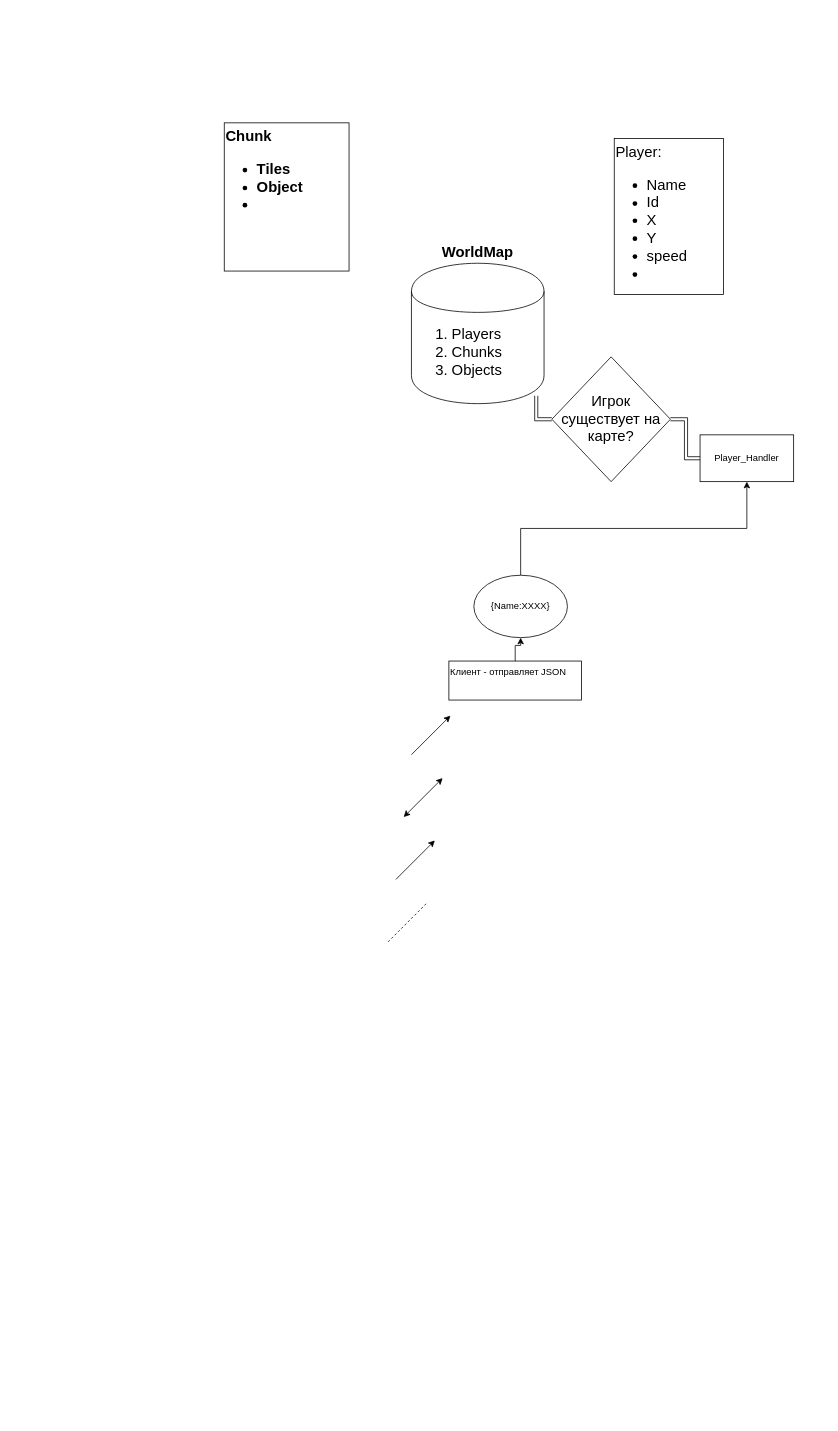
This is Untitled Diagram.drawio from Lolodin/MMORPG, a draw.io file, before an edit. Source tidied: cells renumbered, new cells numbered last; positions are measured from the earlier drawing's top-left corner, leaving out a move shared by most shapes. Both pictures are drawn from the tidied source at 78%, with x=0, y=0 at pixel (224, 122).
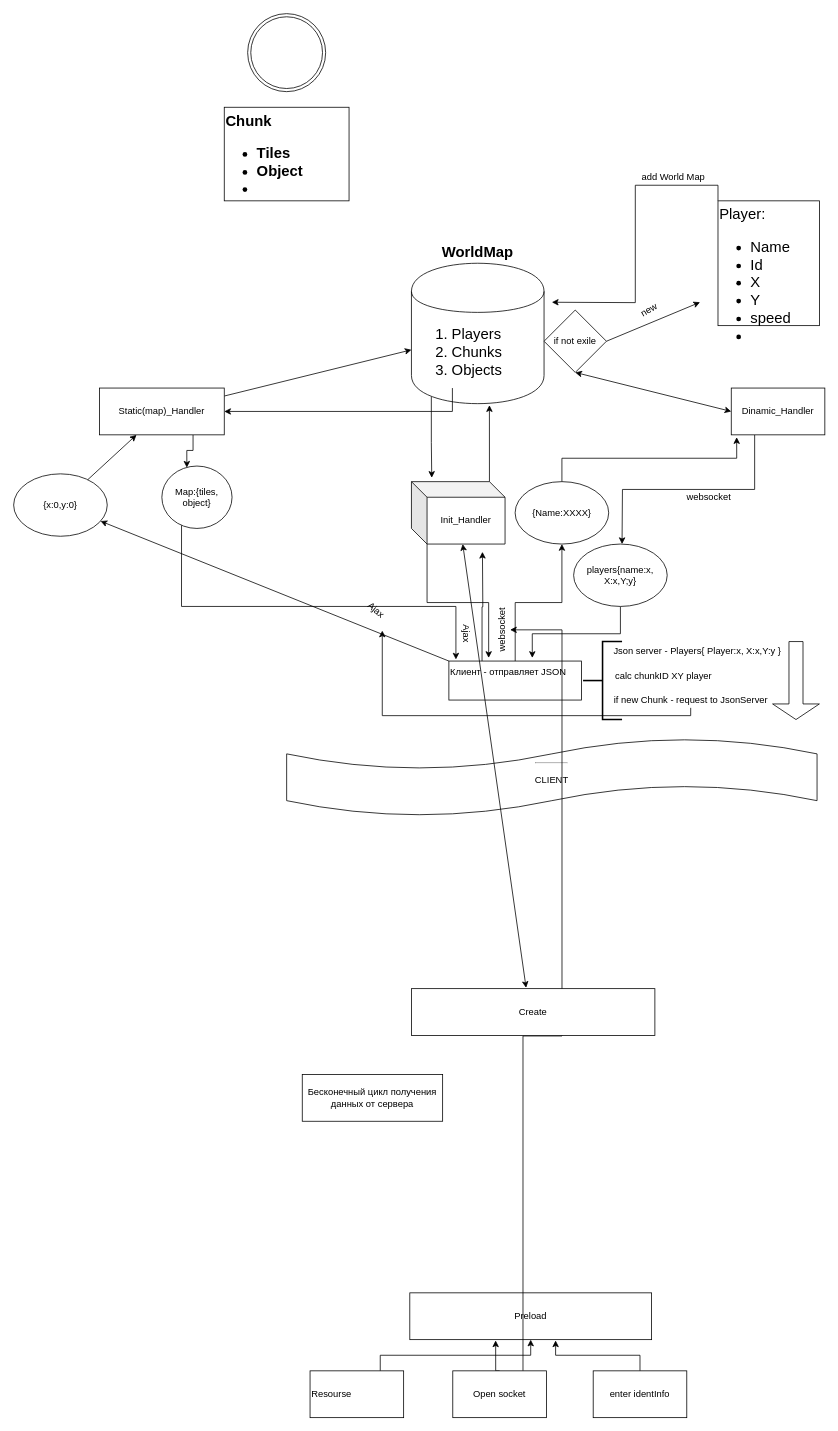
After the change.

The change refers to these unchanged cells:
```xml
<mxCell id="3" value="Клиент - отправляет JSON" style="rounded=0;whiteSpace=wrap;html=1;align=left;horizontal=1;verticalAlign=top;" parent="1" vertex="1">
  <mxGeometry x="288" y="690" width="170" height="50" as="geometry" />
</mxCell>
<mxCell id="7" value="&lt;div style=&quot;font-size: 19px;&quot;&gt;&lt;span style=&quot;font-size: 19px;&quot;&gt;WorldMap&lt;/span&gt;&lt;br style=&quot;font-size: 19px;&quot;&gt;&lt;/div&gt;" style="shape=cylinder;whiteSpace=wrap;html=1;boundedLbl=1;backgroundOutline=1;align=center;verticalAlign=bottom;fontStyle=1;fontSize=19;labelPosition=center;verticalLabelPosition=top;" parent="1" vertex="1">
  <mxGeometry x="240" y="180" width="170" height="180" as="geometry" />
</mxCell>
<mxCell id="8" value="&lt;ol&gt;&lt;li&gt;Players&lt;/li&gt;&lt;li&gt;Chunks&lt;/li&gt;&lt;li&gt;Objects&lt;/li&gt;&lt;/ol&gt;" style="text;html=1;strokeColor=none;fillColor=none;align=left;verticalAlign=middle;whiteSpace=wrap;rounded=0;fontSize=19;" parent="1" vertex="1">
  <mxGeometry x="250" y="250" width="170" height="90" as="geometry" />
</mxCell>
```

Change to the diagram source:
```diff
@@
-    <mxCell id="2" style="edgeStyle=orthogonalEdgeStyle;rounded=0;jettySize=auto;html=1;exitX=0.5;exitY=0;exitDx=0;exitDy=0;" parent="1" edge="1" source="5" target="4">
-      <mxGeometry relative="1" as="geometry" />
+    <mxCell id="2" style="edgeStyle=orthogonalEdgeStyle;rounded=0;jettySize=auto;html=1;exitX=0.5;exitY=0;exitDx=0;exitDy=0;entryX=0.058;entryY=1.05;entryDx=0;entryDy=0;entryPerimeter=0;" parent="1" edge="1" source="5" target="4">
+      <mxGeometry relative="1" as="geometry">
+        <Array as="points">
+          <mxPoint x="433" y="430" />
+          <mxPoint x="657" y="430" />
+        </Array>
+      </mxGeometry>
     </mxCell>
+    <mxCell id="18" style="edgeStyle=orthogonalEdgeStyle;rounded=0;jettySize=auto;html=1;exitX=0.25;exitY=0;exitDx=0;exitDy=0;" parent="1" edge="1" source="3">
+      <mxGeometry relative="1" as="geometry">
+        <mxPoint x="331" y="550" as="targetPoint" />
+      </mxGeometry>
+    </mxCell>
@@
+    <mxCell id="19" style="edgeStyle=orthogonalEdgeStyle;rounded=0;jettySize=auto;html=1;exitX=0.25;exitY=1;exitDx=0;exitDy=0;" parent="1" edge="1" source="4">
+      <mxGeometry relative="1" as="geometry">
+        <mxPoint x="510" y="540" as="targetPoint" />
+      </mxGeometry>
+    </mxCell>
-    <mxCell id="4" value="Player_Handler" style="rounded=0;whiteSpace=wrap;html=1;" parent="1" vertex="1">
-      <mxGeometry x="610" y="400" width="120" height="60" as="geometry" />
+    <mxCell id="4" value="Dinamic_Handler" style="rounded=0;whiteSpace=wrap;html=1;" parent="1" vertex="1">
+      <mxGeometry x="650" y="340" width="120" height="60" as="geometry" />
     </mxCell>
     <mxCell id="5" value="{Name:XXXX}" style="ellipse;whiteSpace=wrap;html=1;" parent="1" vertex="1">
-      <mxGeometry x="320" y="580" width="120" height="80" as="geometry" />
+      <mxGeometry x="372.9" y="460" width="120" height="80" as="geometry" />
     </mxCell>
@@
+    <mxCell id="20" style="edgeStyle=orthogonalEdgeStyle;rounded=0;jettySize=auto;html=1;exitX=0.15;exitY=0.95;exitDx=0;exitDy=0;exitPerimeter=0;entryX=0.217;entryY=-0.062;entryDx=0;entryDy=0;entryPerimeter=0;" parent="1" edge="1" source="7" target="65">
+      <mxGeometry relative="1" as="geometry" />
+    </mxCell>
@@
+    <mxCell id="21" style="edgeStyle=orthogonalEdgeStyle;rounded=0;jettySize=auto;html=1;exitX=0.25;exitY=1;exitDx=0;exitDy=0;entryX=0.053;entryY=-0.04;entryDx=0;entryDy=0;entryPerimeter=0;" parent="1" edge="1" source="26" target="3">
+      <mxGeometry relative="1" as="geometry">
+        <Array as="points">
+          <mxPoint x="-55" y="620" />
+          <mxPoint x="297" y="620" />
+        </Array>
+      </mxGeometry>
+    </mxCell>
@@
-    <mxCell id="9" style="endArrow=classic;html=1;fontSize=19;" parent="1" edge="1">
-      <mxGeometry relative="1" as="geometry">
-        <mxPoint x="240" y="810" as="sourcePoint" />
-        <mxPoint x="290" y="760" as="targetPoint" />
-      </mxGeometry>
-    </mxCell>
+    <mxCell id="22" style="edgeStyle=orthogonalEdgeStyle;rounded=0;jettySize=auto;html=1;exitX=0;exitY=0;exitDx=0;exitDy=0;" parent="1" edge="1" source="10">
+      <mxGeometry relative="1" as="geometry">
+        <mxPoint x="420" y="230" as="targetPoint" />
+      </mxGeometry>
+    </mxCell>
     <mxCell id="10" value="Player:&lt;br&gt;&lt;ul&gt;&lt;li&gt;Name&lt;/li&gt;&lt;li&gt;Id&lt;/li&gt;&lt;li&gt;X&lt;/li&gt;&lt;li&gt;Y&lt;/li&gt;&lt;li&gt;speed&lt;/li&gt;&lt;li&gt;&lt;br&gt;&lt;/li&gt;&lt;/ul&gt;" style="rounded=0;whiteSpace=wrap;html=1;fontSize=19;align=left;verticalAlign=top;" parent="1" vertex="1">
-      <mxGeometry x="500" y="20" width="140" height="200" as="geometry" />
+      <mxGeometry x="633" y="100" width="130" height="160" as="geometry" />
     </mxCell>
     <mxCell id="11" value="&lt;b&gt;Chunk&lt;br&gt;&lt;ul&gt;&lt;li&gt;&lt;b&gt;Tiles&lt;/b&gt;&lt;/li&gt;&lt;li&gt;&lt;b&gt;Object&lt;/b&gt;&lt;/li&gt;&lt;li&gt;&lt;b&gt;&lt;br&gt;&lt;/b&gt;&lt;/li&gt;&lt;/ul&gt;&lt;/b&gt;" style="rounded=0;whiteSpace=wrap;html=1;fontSize=19;align=left;verticalAlign=top;" parent="1" vertex="1">
-      <mxGeometry width="160" height="190" as="geometry" />
+      <mxGeometry y="-20" width="160" height="120" as="geometry" />
     </mxCell>
-    <mxCell id="12" style="edgeStyle=orthogonalEdgeStyle;shape=link;rounded=0;jettySize=auto;html=1;entryX=0.941;entryY=0.944;entryDx=0;entryDy=0;entryPerimeter=0;fontSize=19;" parent="1" edge="1" source="14" target="7">
-      <mxGeometry relative="1" as="geometry" />
-    </mxCell>
-    <mxCell id="13" style="edgeStyle=orthogonalEdgeStyle;shape=link;rounded=0;jettySize=auto;html=1;entryX=0;entryY=0.5;entryDx=0;entryDy=0;fontSize=19;" parent="1" edge="1" source="14" target="4">
-      <mxGeometry relative="1" as="geometry" />
-    </mxCell>
-    <mxCell id="14" value="Игрок существует на карте?" style="rhombus;whiteSpace=wrap;html=1;fontSize=19;align=center;" parent="1" vertex="1">
-      <mxGeometry x="420" y="300" width="152" height="160" as="geometry" />
-    </mxCell>
-    <mxCell id="15" style="endArrow=classic;startArrow=classic;html=1;fontSize=19;" parent="1" edge="1">
-      <mxGeometry relative="1" as="geometry">
-        <mxPoint x="230" y="890" as="sourcePoint" />
-        <mxPoint x="280" y="840" as="targetPoint" />
-      </mxGeometry>
-    </mxCell>
-    <mxCell id="16" style="endArrow=classic;html=1;fontSize=19;" parent="1" edge="1">
-      <mxGeometry relative="1" as="geometry">
-        <mxPoint x="220" y="970" as="sourcePoint" />
-        <mxPoint x="270" y="920" as="targetPoint" />
-      </mxGeometry>
-    </mxCell>
-    <mxCell id="17" style="endArrow=none;dashed=1;html=1;fontSize=19;" parent="1" edge="1">
-      <mxGeometry relative="1" as="geometry">
-        <mxPoint x="210" y="1050" as="sourcePoint" />
-        <mxPoint x="260" y="1000" as="targetPoint" />
-      </mxGeometry>
-    </mxCell>
+    <mxCell id="23" value="{x:0,y:0}" style="ellipse;whiteSpace=wrap;html=1;" parent="1" vertex="1">
+      <mxGeometry x="-270" y="450" width="120" height="80" as="geometry" />
+    </mxCell>
+    <mxCell id="24" style="endArrow=classic;html=1;exitX=0;exitY=0;exitDx=0;exitDy=0;" parent="1" edge="1" source="3" target="23">
+      <mxGeometry relative="1" as="geometry" />
+    </mxCell>
+    <mxCell id="25" style="endArrow=classic;html=1;" parent="1" edge="1" source="38" target="7">
+      <mxGeometry relative="1" as="geometry" />
+    </mxCell>
+    <mxCell id="26" value="Map:{tiles, object}" style="ellipse;whiteSpace=wrap;html=1;" parent="1" vertex="1">
+      <mxGeometry x="-80" y="440" width="90" height="80" as="geometry" />
+    </mxCell>
+    <mxCell id="27" style="edgeStyle=orthogonalEdgeStyle;rounded=0;jettySize=auto;html=1;exitX=0.25;exitY=1;exitDx=0;exitDy=0;entryX=1;entryY=0.5;entryDx=0;entryDy=0;" parent="1" edge="1" source="8" target="38">
+      <mxGeometry relative="1" as="geometry" />
+    </mxCell>
+    <mxCell id="28" style="edgeStyle=orthogonalEdgeStyle;rounded=0;orthogonalLoop=1;jettySize=auto;html=1;exitX=0.5;exitY=1;exitDx=0;exitDy=0;" parent="1" edge="1">
+      <mxGeometry relative="1" as="geometry">
+        <mxPoint x="496" y="460" as="sourcePoint" />
+        <mxPoint x="496" y="460" as="targetPoint" />
+      </mxGeometry>
+    </mxCell>
+    <mxCell id="29" style="endArrow=classic;startArrow=classic;html=1;entryX=0.5;entryY=1;entryDx=0;entryDy=0;exitX=0;exitY=0.5;exitDx=0;exitDy=0;" parent="1" edge="1" source="4" target="42">
+      <mxGeometry relative="1" as="geometry" />
+    </mxCell>
+    <mxCell id="30" style="edgeStyle=orthogonalEdgeStyle;rounded=0;orthogonalLoop=1;jettySize=auto;html=1;exitX=0.5;exitY=1;exitDx=0;exitDy=0;" parent="1" edge="1" source="10" target="10">
+      <mxGeometry relative="1" as="geometry" />
+    </mxCell>
+    <mxCell id="31" style="edgeStyle=orthogonalEdgeStyle;rounded=0;orthogonalLoop=1;jettySize=auto;html=1;exitX=0.5;exitY=1;exitDx=0;exitDy=0;" parent="1" edge="1" source="10" target="10">
+      <mxGeometry relative="1" as="geometry" />
+    </mxCell>
+    <mxCell id="32" style="ellipse;shape=doubleEllipse;whiteSpace=wrap;html=1;" parent="1" vertex="1">
+      <mxGeometry x="30" y="-140" width="100" height="100" as="geometry" />
+    </mxCell>
+    <mxCell id="33" value="websocket&lt;br&gt;" style="text;html=1;strokeColor=none;fillColor=none;align=center;verticalAlign=middle;whiteSpace=wrap;rounded=0;rotation=-90;" parent="1" vertex="1">
+      <mxGeometry x="265" y="640" width="182.9" height="20" as="geometry" />
+    </mxCell>
+    <mxCell id="34" style="edgeStyle=orthogonalEdgeStyle;rounded=0;jettySize=auto;html=1;entryX=0.629;entryY=-0.08;entryDx=0;entryDy=0;entryPerimeter=0;" parent="1" edge="1" source="35" target="3">
+      <mxGeometry relative="1" as="geometry" />
+    </mxCell>
+    <mxCell id="35" value="players{name:x, X:x,Y;y}" style="ellipse;whiteSpace=wrap;html=1;" parent="1" vertex="1">
+      <mxGeometry x="447.9" y="540" width="120" height="80" as="geometry" />
+    </mxCell>
+    <mxCell id="36" value="websocket&lt;br&gt;" style="text;html=1;strokeColor=none;fillColor=none;align=center;verticalAlign=middle;whiteSpace=wrap;rounded=0;rotation=0;" parent="1" vertex="1">
+      <mxGeometry x="530" y="470" width="182.9" height="20" as="geometry" />
+    </mxCell>
+    <mxCell id="37" style="edgeStyle=orthogonalEdgeStyle;rounded=0;jettySize=auto;html=1;exitX=0.75;exitY=1;exitDx=0;exitDy=0;entryX=0.356;entryY=0.025;entryDx=0;entryDy=0;entryPerimeter=0;" parent="1" edge="1" source="38" target="26">
+      <mxGeometry relative="1" as="geometry" />
+    </mxCell>
+    <mxCell id="38" value="Static(map)_Handler" style="rounded=0;whiteSpace=wrap;html=1;" parent="1" vertex="1">
+      <mxGeometry x="-160" y="340" width="160" height="60" as="geometry" />
+    </mxCell>
+    <mxCell id="39" style="endArrow=classic;html=1;" parent="1" edge="1" source="23" target="38">
+      <mxGeometry relative="1" as="geometry" />
+    </mxCell>
+    <mxCell id="40" value="Ajax" style="text;html=1;strokeColor=none;fillColor=none;align=center;verticalAlign=middle;whiteSpace=wrap;rounded=0;rotation=40;" parent="1" vertex="1">
+      <mxGeometry x="150" y="610" width="90" height="30" as="geometry" />
+    </mxCell>
+    <mxCell id="41" value="Ajax" style="text;html=1;strokeColor=none;fillColor=none;align=center;verticalAlign=middle;whiteSpace=wrap;rounded=0;rotation=90;" parent="1" vertex="1">
+      <mxGeometry x="265" y="640" width="90" height="30" as="geometry" />
+    </mxCell>
+    <mxCell id="42" value="if not exile" style="rhombus;whiteSpace=wrap;html=1;" parent="1" vertex="1">
+      <mxGeometry x="410" y="240" width="80" height="80" as="geometry" />
+    </mxCell>
+    <mxCell id="43" style="endArrow=classic;html=1;exitX=1;exitY=0.5;exitDx=0;exitDy=0;" parent="1" edge="1" source="42">
+      <mxGeometry relative="1" as="geometry">
+        <mxPoint x="610" y="230" as="targetPoint" />
+      </mxGeometry>
+    </mxCell>
+    <mxCell id="44" value="new" style="text;html=1;strokeColor=none;fillColor=none;align=center;verticalAlign=middle;whiteSpace=wrap;rounded=0;rotation=-30;" parent="1" vertex="1">
+      <mxGeometry x="520" y="230" width="50" height="20" as="geometry" />
+    </mxCell>
+    <mxCell id="45" value="add World Map" style="text;html=1;strokeColor=none;fillColor=none;align=center;verticalAlign=middle;whiteSpace=wrap;rounded=0;" parent="1" vertex="1">
+      <mxGeometry x="510" y="60" width="132" height="20" as="geometry" />
+    </mxCell>
+    <mxCell id="46" style="strokeWidth=2;html=1;shape=mxgraph.flowchart.annotation_2;align=left;labelPosition=right;" parent="1" vertex="1">
+      <mxGeometry x="460" y="665" width="50" height="100" as="geometry" />
+    </mxCell>
+    <mxCell id="47" value="Json server - Players{ Player:x, X:x,Y:y }&amp;nbsp;&lt;br&gt;&lt;br&gt;" style="text;html=1;align=center;verticalAlign=middle;" parent="1" vertex="1">
+      <mxGeometry x="493" y="670" width="230" height="30" as="geometry" />
+    </mxCell>
+    <mxCell id="48" value="calc chunkID XY player" style="text;html=1;align=center;verticalAlign=middle;" parent="1" vertex="1">
+      <mxGeometry x="493" y="700" width="140" height="20" as="geometry" />
+    </mxCell>
+    <mxCell id="49" style="edgeStyle=orthogonalEdgeStyle;rounded=0;jettySize=auto;html=1;entryX=0.75;entryY=1;entryDx=0;entryDy=0;" parent="1" edge="1" source="50" target="40">
+      <mxGeometry relative="1" as="geometry">
+        <Array as="points">
+          <mxPoint x="598" y="760" />
+          <mxPoint x="203" y="760" />
+        </Array>
+      </mxGeometry>
+    </mxCell>
+    <mxCell id="50" value="if new Chunk - request to JsonServer" style="text;html=1;align=center;verticalAlign=middle;points=[];" parent="1" vertex="1">
+      <mxGeometry x="493" y="730" width="210" height="20" as="geometry" />
+    </mxCell>
+    <mxCell id="51" style="shape=singleArrow;direction=south;whiteSpace=wrap;html=1;" parent="1" vertex="1">
+      <mxGeometry x="703" y="665" width="60" height="100" as="geometry" />
+    </mxCell>
+    <mxCell id="52" value="&lt;hr&gt;&lt;p style=&quot;line-height: 160%&quot;&gt;CLIENT&lt;/p&gt;" style="shape=tape;whiteSpace=wrap;html=1;" parent="1" vertex="1">
+      <mxGeometry x="80" y="789" width="680" height="100" as="geometry" />
+    </mxCell>
+    <mxCell id="53" value="Preload" style="rounded=0;whiteSpace=wrap;html=1;" parent="1" vertex="1">
+      <mxGeometry x="237.9" y="1500" width="310" height="60" as="geometry" />
+    </mxCell>
+    <mxCell id="54" style="edgeStyle=orthogonalEdgeStyle;rounded=0;jettySize=auto;html=1;exitX=0.75;exitY=0;exitDx=0;exitDy=0;" parent="1" edge="1" source="55" target="53">
+      <mxGeometry relative="1" as="geometry" />
+    </mxCell>
+    <mxCell id="55" value="Resourse&lt;br&gt;" style="rounded=0;whiteSpace=wrap;html=1;align=left;" parent="1" vertex="1">
+      <mxGeometry x="110" y="1600" width="120" height="60" as="geometry" />
+    </mxCell>
+    <mxCell id="56" style="edgeStyle=orthogonalEdgeStyle;rounded=0;jettySize=auto;html=1;exitX=0.5;exitY=0;exitDx=0;exitDy=0;entryX=0.355;entryY=1.017;entryDx=0;entryDy=0;entryPerimeter=0;" parent="1" edge="1" source="58" target="53">
+      <mxGeometry relative="1" as="geometry" />
+    </mxCell>
+    <mxCell id="57" style="edgeStyle=orthogonalEdgeStyle;rounded=0;jettySize=auto;html=1;exitX=0.75;exitY=0;exitDx=0;exitDy=0;entryX=0.5;entryY=1;entryDx=0;entryDy=0;" parent="1" edge="1" source="58" target="33">
+      <mxGeometry relative="1" as="geometry" />
+    </mxCell>
+    <mxCell id="58" value="&lt;span style=&quot;text-align: left ; white-space: normal&quot;&gt;Open socket&lt;/span&gt;" style="rounded=0;whiteSpace=wrap;html=1;" parent="1" vertex="1">
+      <mxGeometry x="293" y="1600" width="120" height="60" as="geometry" />
+    </mxCell>
+    <mxCell id="59" style="edgeStyle=orthogonalEdgeStyle;rounded=0;jettySize=auto;html=1;exitX=0.5;exitY=0;exitDx=0;exitDy=0;entryX=0.603;entryY=1.017;entryDx=0;entryDy=0;entryPerimeter=0;" parent="1" edge="1" source="60" target="53">
+      <mxGeometry relative="1" as="geometry" />
+    </mxCell>
+    <mxCell id="60" value="enter identInfo" style="rounded=0;whiteSpace=wrap;html=1;" parent="1" vertex="1">
+      <mxGeometry x="473" y="1600" width="120" height="60" as="geometry" />
+    </mxCell>
+    <mxCell id="61" value="Create" style="rounded=0;whiteSpace=wrap;html=1;" parent="1" vertex="1">
+      <mxGeometry x="240" y="1110" width="312.1" height="60" as="geometry" />
+    </mxCell>
+    <mxCell id="62" value="Бесконечный цикл получения данных от сервера" style="rounded=0;whiteSpace=wrap;html=1;" parent="1" vertex="1">
+      <mxGeometry x="100" y="1220" width="180" height="60" as="geometry" />
+    </mxCell>
+    <mxCell id="63" style="edgeStyle=orthogonalEdgeStyle;rounded=0;jettySize=auto;html=1;exitX=0;exitY=0;exitDx=100;exitDy=0;exitPerimeter=0;entryX=0.588;entryY=1.011;entryDx=0;entryDy=0;entryPerimeter=0;" parent="1" edge="1" source="65" target="7">
+      <mxGeometry relative="1" as="geometry" />
+    </mxCell>
+    <mxCell id="64" style="edgeStyle=orthogonalEdgeStyle;rounded=0;jettySize=auto;html=1;exitX=0;exitY=0;exitDx=20;exitDy=80;exitPerimeter=0;entryX=0.3;entryY=-0.08;entryDx=0;entryDy=0;entryPerimeter=0;" parent="1" edge="1" source="65" target="3">
+      <mxGeometry relative="1" as="geometry" />
+    </mxCell>
+    <mxCell id="65" value="Init_Handler" style="shape=cube;whiteSpace=wrap;html=1;boundedLbl=1;backgroundOutline=1;darkOpacity=0.05;darkOpacity2=0.1;" parent="1" vertex="1">
+      <mxGeometry x="240" y="460" width="120" height="80" as="geometry" />
+    </mxCell>
+    <mxCell id="66" style="endArrow=classic;startArrow=classic;html=1;exitX=0.471;exitY=-0.017;exitDx=0;exitDy=0;exitPerimeter=0;" parent="1" edge="1" source="61" target="65">
+      <mxGeometry relative="1" as="geometry" />
+    </mxCell>
```
